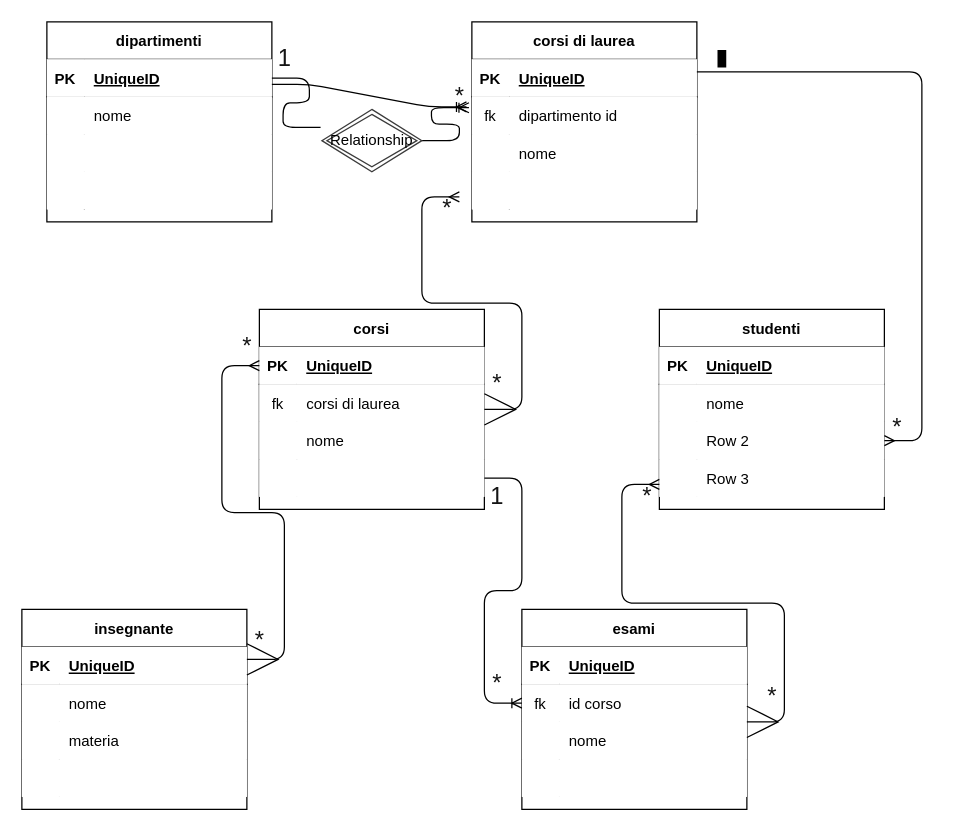
frame88/db-university keeps this draw.io diagram as db.drawio. Above is the earlier version. Source tidied: cells renumbered, new cells numbered last; positions are measured from the earlier drawing's top-left corner, leaving out a move shared by most shapes. Both pictures are drawn from the tidied source at 125%, with x=0, y=0 at pixel (21, 21).
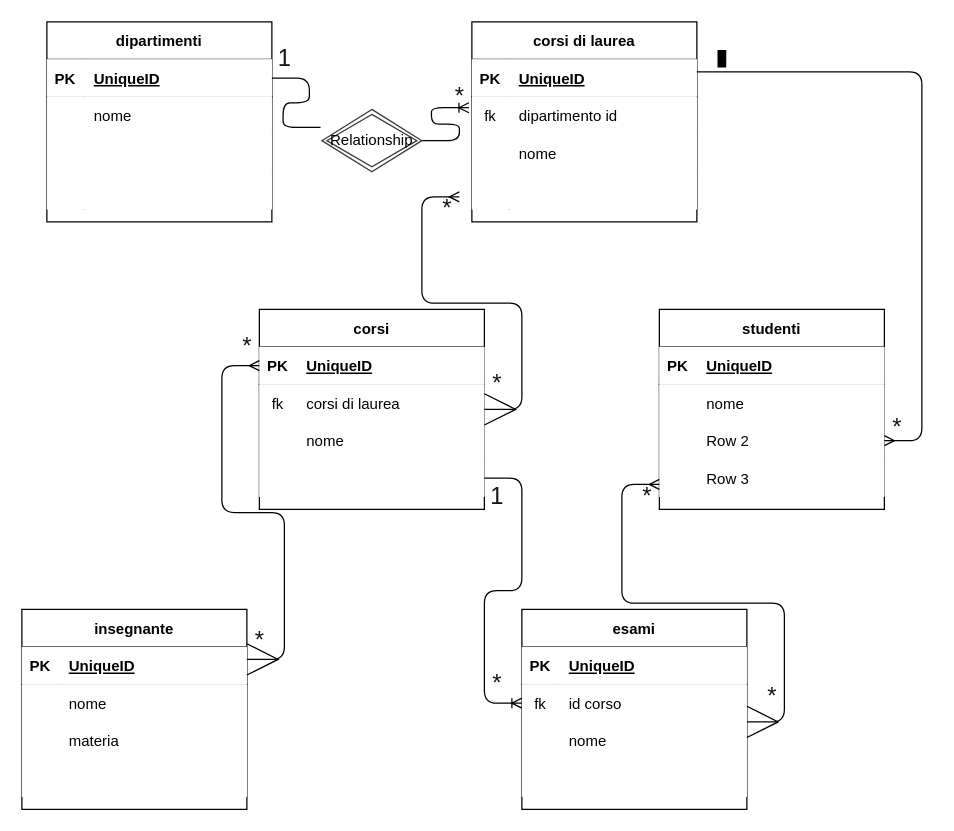
The same page after the edit.

Commit message (it also covers changes not shown here):
new import, same diagram

Unchanged cells that the change refers to:
```xml
<mxCell id="58" style="shape=partialRectangle;top=0;left=0;bottom=0;right=0;points=[[0,0.5],[1,0.5]];portConstraint=eastwest;labelBackgroundColor=none;fontFamily=Helvetica;fontSize=12;startSize=23;" parent="54" vertex="1">
  <mxGeometry y="60" width="180" height="30" as="geometry" />
</mxCell>
```

The edit, as a diff of the source:
```diff
@@
-    <mxCell id="80" style="edgeStyle=entityRelationEdgeStyle;fontSize=12;html=1;endArrow=ERoneToMany;fontFamily=Helvetica;fontColor=default;startSize=23;entryX=-0.024;entryY=0.267;entryDx=0;entryDy=0;entryPerimeter=0;" parent="1" edge="1" target="58">
-      <mxGeometry relative="1" as="geometry">
-        <mxPoint x="200" y="50" as="sourcePoint" />
-      </mxGeometry>
-    </mxCell>
```
